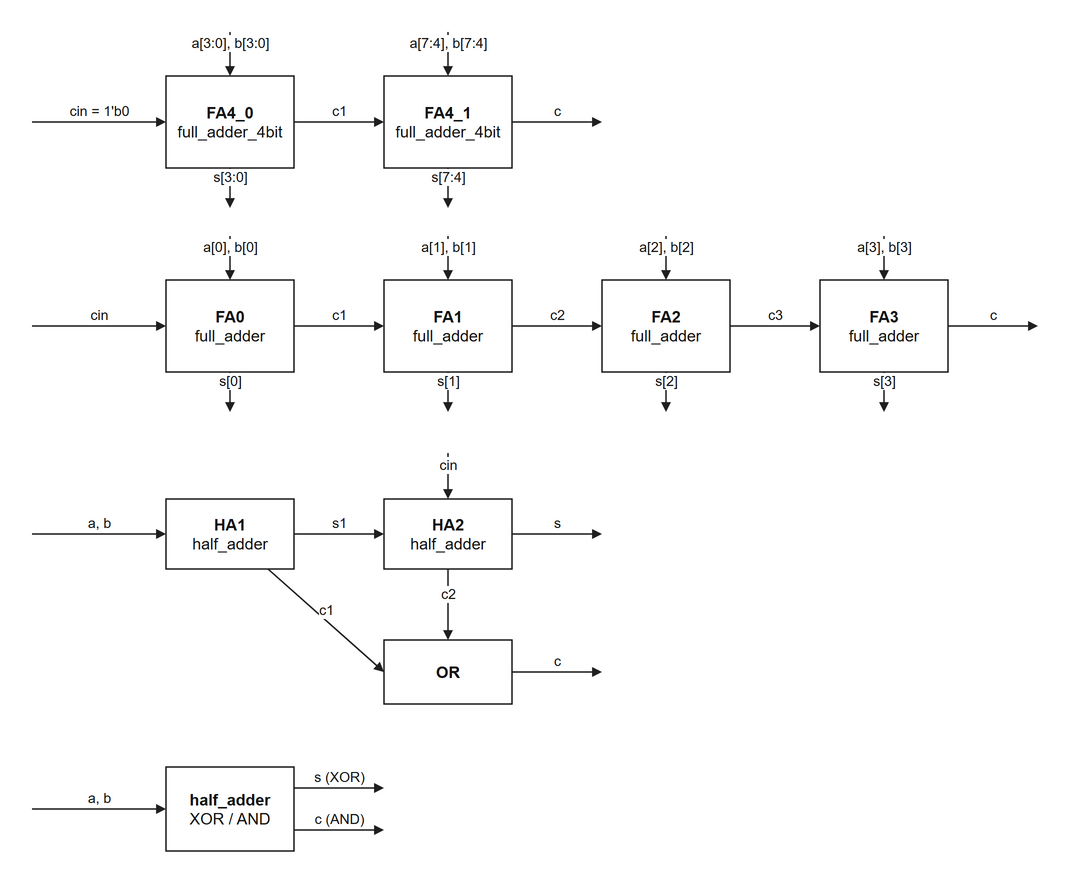
Earlier version of the draw.io export CH2_adder/ch2-adder.drawio.png (Park-Yul/Verilog-HDL-study). Source tidied: cells renumbered, new cells last; positions are measured from the earlier drawing's top-left corner, leaving out a move shared by most shapes.
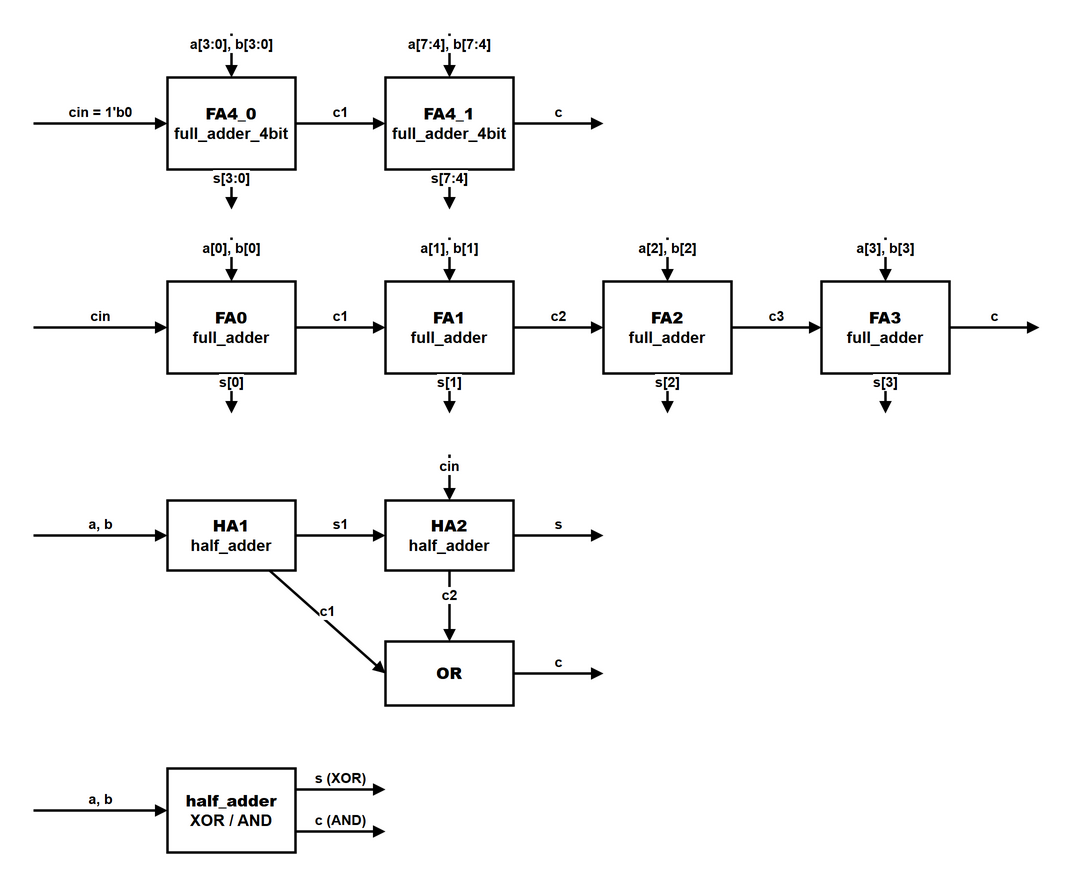
The same file after the commit.

Change to the diagram source:
```diff
@@ -4,6 +4,6 @@
     <mxCell id="1" parent="0" />
-    <mxCell id="2" value="&lt;b&gt;FA4_0&lt;/b&gt;&lt;br&gt;full_adder_4bit" style="rounded=0;whiteSpace=wrap;html=1;fillColor=#ffffff;strokeColor=#202020;fontColor=#141414;fontSize=16;strokeWidth=1.5;" parent="1" vertex="1">
+    <mxCell id="2" value="&lt;b&gt;FA4_0&lt;/b&gt;&lt;br&gt;full_adder_4bit" style="rounded=0;whiteSpace=wrap;html=1;fillColor=#ffffff;strokeColor=#000000;fontColor=#000000;fontSize=16;strokeWidth=2.5;fontStyle=1;" parent="1" vertex="1">
       <mxGeometry x="134" y="44" width="128" height="92" as="geometry" />
     </mxCell>
-    <mxCell id="3" value="a[3:0], b[3:0]" style="html=1;endArrow=block;endFill=1;strokeColor=#202020;fontColor=#141414;fontSize=14;labelBackgroundColor=#ffffff;strokeWidth=1.5;verticalAlign=bottom;" parent="1" edge="1">
+    <mxCell id="3" value="a[3:0], b[3:0]" style="html=1;endArrow=block;endFill=1;strokeColor=#000000;fontColor=#000000;fontSize=14;labelBackgroundColor=#ffffff;strokeWidth=2.5;verticalAlign=bottom;fontStyle=1;" parent="1" edge="1">
       <mxGeometry relative="1" as="geometry">
@@ -13,3 +13,3 @@
     </mxCell>
-    <mxCell id="4" value="s[3:0]" style="html=1;endArrow=block;endFill=1;strokeColor=#202020;fontColor=#141414;fontSize=14;labelBackgroundColor=#ffffff;strokeWidth=1.5;verticalAlign=bottom;" parent="1" edge="1">
+    <mxCell id="4" value="s[3:0]" style="html=1;endArrow=block;endFill=1;strokeColor=#000000;fontColor=#000000;fontSize=14;labelBackgroundColor=#ffffff;strokeWidth=2.5;verticalAlign=bottom;fontStyle=1;" parent="1" edge="1">
       <mxGeometry relative="1" as="geometry">
@@ -19,3 +19,3 @@
     </mxCell>
-    <mxCell id="5" value="c1" style="html=1;endArrow=block;endFill=1;strokeColor=#202020;fontColor=#141414;fontSize=14;labelBackgroundColor=#ffffff;strokeWidth=1.5;verticalAlign=bottom;" parent="1" edge="1">
+    <mxCell id="5" value="c1" style="html=1;endArrow=block;endFill=1;strokeColor=#000000;fontColor=#000000;fontSize=14;labelBackgroundColor=#ffffff;strokeWidth=2.5;verticalAlign=bottom;fontStyle=1;" parent="1" edge="1">
       <mxGeometry relative="1" as="geometry">
@@ -25,6 +25,6 @@
     </mxCell>
-    <mxCell id="6" value="&lt;b&gt;FA4_1&lt;/b&gt;&lt;br&gt;full_adder_4bit" style="rounded=0;whiteSpace=wrap;html=1;fillColor=#ffffff;strokeColor=#202020;fontColor=#141414;fontSize=16;strokeWidth=1.5;" parent="1" vertex="1">
+    <mxCell id="6" value="&lt;b&gt;FA4_1&lt;/b&gt;&lt;br&gt;full_adder_4bit" style="rounded=0;whiteSpace=wrap;html=1;fillColor=#ffffff;strokeColor=#000000;fontColor=#000000;fontSize=16;strokeWidth=2.5;fontStyle=1;" parent="1" vertex="1">
       <mxGeometry x="352" y="44" width="128" height="92" as="geometry" />
     </mxCell>
-    <mxCell id="7" value="a[7:4], b[7:4]" style="html=1;endArrow=block;endFill=1;strokeColor=#202020;fontColor=#141414;fontSize=14;labelBackgroundColor=#ffffff;strokeWidth=1.5;verticalAlign=bottom;" parent="1" edge="1">
+    <mxCell id="7" value="a[7:4], b[7:4]" style="html=1;endArrow=block;endFill=1;strokeColor=#000000;fontColor=#000000;fontSize=14;labelBackgroundColor=#ffffff;strokeWidth=2.5;verticalAlign=bottom;fontStyle=1;" parent="1" edge="1">
       <mxGeometry relative="1" as="geometry">
@@ -34,3 +34,3 @@
     </mxCell>
-    <mxCell id="8" value="s[7:4]" style="html=1;endArrow=block;endFill=1;strokeColor=#202020;fontColor=#141414;fontSize=14;labelBackgroundColor=#ffffff;strokeWidth=1.5;verticalAlign=bottom;" parent="1" edge="1">
+    <mxCell id="8" value="s[7:4]" style="html=1;endArrow=block;endFill=1;strokeColor=#000000;fontColor=#000000;fontSize=14;labelBackgroundColor=#ffffff;strokeWidth=2.5;verticalAlign=bottom;fontStyle=1;" parent="1" edge="1">
       <mxGeometry relative="1" as="geometry">
@@ -40,3 +40,3 @@
     </mxCell>
-    <mxCell id="9" value="cin = 1'b0" style="html=1;endArrow=block;endFill=1;strokeColor=#202020;fontColor=#141414;fontSize=14;labelBackgroundColor=#ffffff;strokeWidth=1.5;verticalAlign=bottom;" parent="1" edge="1">
+    <mxCell id="9" value="cin = 1'b0" style="html=1;endArrow=block;endFill=1;strokeColor=#000000;fontColor=#000000;fontSize=14;labelBackgroundColor=#ffffff;strokeWidth=2.5;verticalAlign=bottom;fontStyle=1;" parent="1" edge="1">
       <mxGeometry relative="1" as="geometry">
@@ -46,3 +46,3 @@
     </mxCell>
-    <mxCell id="10" value="c" style="html=1;endArrow=block;endFill=1;strokeColor=#202020;fontColor=#141414;fontSize=14;labelBackgroundColor=#ffffff;strokeWidth=1.5;verticalAlign=bottom;" parent="1" edge="1">
+    <mxCell id="10" value="c" style="html=1;endArrow=block;endFill=1;strokeColor=#000000;fontColor=#000000;fontSize=14;labelBackgroundColor=#ffffff;strokeWidth=2.5;verticalAlign=bottom;fontStyle=1;" parent="1" edge="1">
       <mxGeometry relative="1" as="geometry">
@@ -52,6 +52,6 @@
     </mxCell>
-    <mxCell id="11" value="&lt;b&gt;FA0&lt;/b&gt;&lt;br&gt;full_adder" style="rounded=0;whiteSpace=wrap;html=1;fillColor=#ffffff;strokeColor=#202020;fontColor=#141414;fontSize=16;strokeWidth=1.5;" parent="1" vertex="1">
+    <mxCell id="11" value="&lt;b&gt;FA0&lt;/b&gt;&lt;br&gt;full_adder" style="rounded=0;whiteSpace=wrap;html=1;fillColor=#ffffff;strokeColor=#000000;fontColor=#000000;fontSize=16;strokeWidth=2.5;fontStyle=1;" parent="1" vertex="1">
       <mxGeometry x="134" y="248" width="128" height="92" as="geometry" />
     </mxCell>
-    <mxCell id="12" value="a[0], b[0]" style="html=1;endArrow=block;endFill=1;strokeColor=#202020;fontColor=#141414;fontSize=14;labelBackgroundColor=#ffffff;strokeWidth=1.5;verticalAlign=bottom;" parent="1" edge="1">
+    <mxCell id="12" value="a[0], b[0]" style="html=1;endArrow=block;endFill=1;strokeColor=#000000;fontColor=#000000;fontSize=14;labelBackgroundColor=#ffffff;strokeWidth=2.5;verticalAlign=bottom;fontStyle=1;" parent="1" edge="1">
       <mxGeometry relative="1" as="geometry">
@@ -61,3 +61,3 @@
     </mxCell>
-    <mxCell id="13" value="s[0]" style="html=1;endArrow=block;endFill=1;strokeColor=#202020;fontColor=#141414;fontSize=14;labelBackgroundColor=#ffffff;strokeWidth=1.5;verticalAlign=bottom;" parent="1" edge="1">
+    <mxCell id="13" value="s[0]" style="html=1;endArrow=block;endFill=1;strokeColor=#000000;fontColor=#000000;fontSize=14;labelBackgroundColor=#ffffff;strokeWidth=2.5;verticalAlign=bottom;fontStyle=1;" parent="1" edge="1">
       <mxGeometry relative="1" as="geometry">
@@ -67,3 +67,3 @@
     </mxCell>
-    <mxCell id="14" value="c1" style="html=1;endArrow=block;endFill=1;strokeColor=#202020;fontColor=#141414;fontSize=14;labelBackgroundColor=#ffffff;strokeWidth=1.5;verticalAlign=bottom;" parent="1" edge="1">
+    <mxCell id="14" value="c1" style="html=1;endArrow=block;endFill=1;strokeColor=#000000;fontColor=#000000;fontSize=14;labelBackgroundColor=#ffffff;strokeWidth=2.5;verticalAlign=bottom;fontStyle=1;" parent="1" edge="1">
       <mxGeometry relative="1" as="geometry">
@@ -73,6 +73,6 @@
     </mxCell>
-    <mxCell id="15" value="&lt;b&gt;FA1&lt;/b&gt;&lt;br&gt;full_adder" style="rounded=0;whiteSpace=wrap;html=1;fillColor=#ffffff;strokeColor=#202020;fontColor=#141414;fontSize=16;strokeWidth=1.5;" parent="1" vertex="1">
+    <mxCell id="15" value="&lt;b&gt;FA1&lt;/b&gt;&lt;br&gt;full_adder" style="rounded=0;whiteSpace=wrap;html=1;fillColor=#ffffff;strokeColor=#000000;fontColor=#000000;fontSize=16;strokeWidth=2.5;fontStyle=1;" parent="1" vertex="1">
       <mxGeometry x="352" y="248" width="128" height="92" as="geometry" />
     </mxCell>
-    <mxCell id="16" value="a[1], b[1]" style="html=1;endArrow=block;endFill=1;strokeColor=#202020;fontColor=#141414;fontSize=14;labelBackgroundColor=#ffffff;strokeWidth=1.5;verticalAlign=bottom;" parent="1" edge="1">
+    <mxCell id="16" value="a[1], b[1]" style="html=1;endArrow=block;endFill=1;strokeColor=#000000;fontColor=#000000;fontSize=14;labelBackgroundColor=#ffffff;strokeWidth=2.5;verticalAlign=bottom;fontStyle=1;" parent="1" edge="1">
       <mxGeometry relative="1" as="geometry">
@@ -82,3 +82,3 @@
     </mxCell>
-    <mxCell id="17" value="s[1]" style="html=1;endArrow=block;endFill=1;strokeColor=#202020;fontColor=#141414;fontSize=14;labelBackgroundColor=#ffffff;strokeWidth=1.5;verticalAlign=bottom;" parent="1" edge="1">
+    <mxCell id="17" value="s[1]" style="html=1;endArrow=block;endFill=1;strokeColor=#000000;fontColor=#000000;fontSize=14;labelBackgroundColor=#ffffff;strokeWidth=2.5;verticalAlign=bottom;fontStyle=1;" parent="1" edge="1">
       <mxGeometry relative="1" as="geometry">
@@ -88,3 +88,3 @@
     </mxCell>
-    <mxCell id="18" value="c2" style="html=1;endArrow=block;endFill=1;strokeColor=#202020;fontColor=#141414;fontSize=14;labelBackgroundColor=#ffffff;strokeWidth=1.5;verticalAlign=bottom;" parent="1" edge="1">
+    <mxCell id="18" value="c2" style="html=1;endArrow=block;endFill=1;strokeColor=#000000;fontColor=#000000;fontSize=14;labelBackgroundColor=#ffffff;strokeWidth=2.5;verticalAlign=bottom;fontStyle=1;" parent="1" edge="1">
       <mxGeometry relative="1" as="geometry">
@@ -94,6 +94,6 @@
     </mxCell>
-    <mxCell id="19" value="&lt;b&gt;FA2&lt;/b&gt;&lt;br&gt;full_adder" style="rounded=0;whiteSpace=wrap;html=1;fillColor=#ffffff;strokeColor=#202020;fontColor=#141414;fontSize=16;strokeWidth=1.5;" parent="1" vertex="1">
+    <mxCell id="19" value="&lt;b&gt;FA2&lt;/b&gt;&lt;br&gt;full_adder" style="rounded=0;whiteSpace=wrap;html=1;fillColor=#ffffff;strokeColor=#000000;fontColor=#000000;fontSize=16;strokeWidth=2.5;fontStyle=1;" parent="1" vertex="1">
       <mxGeometry x="570" y="248" width="128" height="92" as="geometry" />
     </mxCell>
-    <mxCell id="20" value="a[2], b[2]" style="html=1;endArrow=block;endFill=1;strokeColor=#202020;fontColor=#141414;fontSize=14;labelBackgroundColor=#ffffff;strokeWidth=1.5;verticalAlign=bottom;" parent="1" edge="1">
+    <mxCell id="20" value="a[2], b[2]" style="html=1;endArrow=block;endFill=1;strokeColor=#000000;fontColor=#000000;fontSize=14;labelBackgroundColor=#ffffff;strokeWidth=2.5;verticalAlign=bottom;fontStyle=1;" parent="1" edge="1">
       <mxGeometry relative="1" as="geometry">
@@ -103,3 +103,3 @@
     </mxCell>
-    <mxCell id="21" value="s[2]" style="html=1;endArrow=block;endFill=1;strokeColor=#202020;fontColor=#141414;fontSize=14;labelBackgroundColor=#ffffff;strokeWidth=1.5;verticalAlign=bottom;" parent="1" edge="1">
+    <mxCell id="21" value="s[2]" style="html=1;endArrow=block;endFill=1;strokeColor=#000000;fontColor=#000000;fontSize=14;labelBackgroundColor=#ffffff;strokeWidth=2.5;verticalAlign=bottom;fontStyle=1;" parent="1" edge="1">
       <mxGeometry relative="1" as="geometry">
@@ -109,3 +109,3 @@
     </mxCell>
-    <mxCell id="22" value="c3" style="html=1;endArrow=block;endFill=1;strokeColor=#202020;fontColor=#141414;fontSize=14;labelBackgroundColor=#ffffff;strokeWidth=1.5;verticalAlign=bottom;" parent="1" edge="1">
+    <mxCell id="22" value="c3" style="html=1;endArrow=block;endFill=1;strokeColor=#000000;fontColor=#000000;fontSize=14;labelBackgroundColor=#ffffff;strokeWidth=2.5;verticalAlign=bottom;fontStyle=1;" parent="1" edge="1">
       <mxGeometry relative="1" as="geometry">
@@ -115,6 +115,6 @@
     </mxCell>
-    <mxCell id="23" value="&lt;b&gt;FA3&lt;/b&gt;&lt;br&gt;full_adder" style="rounded=0;whiteSpace=wrap;html=1;fillColor=#ffffff;strokeColor=#202020;fontColor=#141414;fontSize=16;strokeWidth=1.5;" parent="1" vertex="1">
+    <mxCell id="23" value="&lt;b&gt;FA3&lt;/b&gt;&lt;br&gt;full_adder" style="rounded=0;whiteSpace=wrap;html=1;fillColor=#ffffff;strokeColor=#000000;fontColor=#000000;fontSize=16;strokeWidth=2.5;fontStyle=1;" parent="1" vertex="1">
       <mxGeometry x="788" y="248" width="128" height="92" as="geometry" />
     </mxCell>
-    <mxCell id="24" value="a[3], b[3]" style="html=1;endArrow=block;endFill=1;strokeColor=#202020;fontColor=#141414;fontSize=14;labelBackgroundColor=#ffffff;strokeWidth=1.5;verticalAlign=bottom;" parent="1" edge="1">
+    <mxCell id="24" value="a[3], b[3]" style="html=1;endArrow=block;endFill=1;strokeColor=#000000;fontColor=#000000;fontSize=14;labelBackgroundColor=#ffffff;strokeWidth=2.5;verticalAlign=bottom;fontStyle=1;" parent="1" edge="1">
       <mxGeometry relative="1" as="geometry">
@@ -124,3 +124,3 @@
     </mxCell>
-    <mxCell id="25" value="s[3]" style="html=1;endArrow=block;endFill=1;strokeColor=#202020;fontColor=#141414;fontSize=14;labelBackgroundColor=#ffffff;strokeWidth=1.5;verticalAlign=bottom;" parent="1" edge="1">
+    <mxCell id="25" value="s[3]" style="html=1;endArrow=block;endFill=1;strokeColor=#000000;fontColor=#000000;fontSize=14;labelBackgroundColor=#ffffff;strokeWidth=2.5;verticalAlign=bottom;fontStyle=1;" parent="1" edge="1">
       <mxGeometry relative="1" as="geometry">
@@ -130,3 +130,3 @@
     </mxCell>
-    <mxCell id="26" value="cin" style="html=1;endArrow=block;endFill=1;strokeColor=#202020;fontColor=#141414;fontSize=14;labelBackgroundColor=#ffffff;strokeWidth=1.5;verticalAlign=bottom;" parent="1" edge="1">
+    <mxCell id="26" value="cin" style="html=1;endArrow=block;endFill=1;strokeColor=#000000;fontColor=#000000;fontSize=14;labelBackgroundColor=#ffffff;strokeWidth=2.5;verticalAlign=bottom;fontStyle=1;" parent="1" edge="1">
       <mxGeometry relative="1" as="geometry">
@@ -136,3 +136,3 @@
     </mxCell>
-    <mxCell id="27" value="c" style="html=1;endArrow=block;endFill=1;strokeColor=#202020;fontColor=#141414;fontSize=14;labelBackgroundColor=#ffffff;strokeWidth=1.5;verticalAlign=bottom;" parent="1" edge="1">
+    <mxCell id="27" value="c" style="html=1;endArrow=block;endFill=1;strokeColor=#000000;fontColor=#000000;fontSize=14;labelBackgroundColor=#ffffff;strokeWidth=2.5;verticalAlign=bottom;fontStyle=1;" parent="1" edge="1">
       <mxGeometry relative="1" as="geometry">
@@ -142,12 +142,12 @@
     </mxCell>
-    <mxCell id="28" value="&lt;b&gt;HA1&lt;/b&gt;&lt;br&gt;half_adder" style="rounded=0;whiteSpace=wrap;html=1;fillColor=#ffffff;strokeColor=#202020;fontColor=#141414;fontSize=16;strokeWidth=1.5;" parent="1" vertex="1">
+    <mxCell id="28" value="&lt;b&gt;HA1&lt;/b&gt;&lt;br&gt;half_adder" style="rounded=0;whiteSpace=wrap;html=1;fillColor=#ffffff;strokeColor=#000000;fontColor=#000000;fontSize=16;strokeWidth=2.5;fontStyle=1;" parent="1" vertex="1">
       <mxGeometry x="134" y="467" width="128" height="70" as="geometry" />
     </mxCell>
-    <mxCell id="29" value="&lt;b&gt;HA2&lt;/b&gt;&lt;br&gt;half_adder" style="rounded=0;whiteSpace=wrap;html=1;fillColor=#ffffff;strokeColor=#202020;fontColor=#141414;fontSize=16;strokeWidth=1.5;" parent="1" vertex="1">
+    <mxCell id="29" value="&lt;b&gt;HA2&lt;/b&gt;&lt;br&gt;half_adder" style="rounded=0;whiteSpace=wrap;html=1;fillColor=#ffffff;strokeColor=#000000;fontColor=#000000;fontSize=16;strokeWidth=2.5;fontStyle=1;" parent="1" vertex="1">
       <mxGeometry x="352" y="467" width="128" height="70" as="geometry" />
     </mxCell>
-    <mxCell id="30" value="&lt;b&gt;OR&lt;/b&gt;" style="rounded=0;whiteSpace=wrap;html=1;fillColor=#ffffff;strokeColor=#202020;fontColor=#141414;fontSize=16;strokeWidth=1.5;" parent="1" vertex="1">
+    <mxCell id="30" value="&lt;b&gt;OR&lt;/b&gt;" style="rounded=0;whiteSpace=wrap;html=1;fillColor=#ffffff;strokeColor=#000000;fontColor=#000000;fontSize=16;strokeWidth=2.5;fontStyle=1;" parent="1" vertex="1">
       <mxGeometry x="352" y="608" width="128" height="64" as="geometry" />
     </mxCell>
-    <mxCell id="31" value="a, b" style="html=1;endArrow=block;endFill=1;strokeColor=#202020;fontColor=#141414;fontSize=14;labelBackgroundColor=#ffffff;strokeWidth=1.5;verticalAlign=bottom;" parent="1" edge="1">
+    <mxCell id="31" value="a, b" style="html=1;endArrow=block;endFill=1;strokeColor=#000000;fontColor=#000000;fontSize=14;labelBackgroundColor=#ffffff;strokeWidth=2.5;verticalAlign=bottom;fontStyle=1;" parent="1" edge="1">
       <mxGeometry relative="1" as="geometry">
@@ -157,3 +157,3 @@
     </mxCell>
-    <mxCell id="32" value="s1" style="html=1;endArrow=block;endFill=1;strokeColor=#202020;fontColor=#141414;fontSize=14;labelBackgroundColor=#ffffff;strokeWidth=1.5;verticalAlign=bottom;" parent="1" edge="1">
+    <mxCell id="32" value="s1" style="html=1;endArrow=block;endFill=1;strokeColor=#000000;fontColor=#000000;fontSize=14;labelBackgroundColor=#ffffff;strokeWidth=2.5;verticalAlign=bottom;fontStyle=1;" parent="1" edge="1">
       <mxGeometry relative="1" as="geometry">
@@ -163,3 +163,3 @@
     </mxCell>
-    <mxCell id="33" value="cin" style="html=1;endArrow=block;endFill=1;strokeColor=#202020;fontColor=#141414;fontSize=14;labelBackgroundColor=#ffffff;strokeWidth=1.5;verticalAlign=bottom;" parent="1" edge="1">
+    <mxCell id="33" value="cin" style="html=1;endArrow=block;endFill=1;strokeColor=#000000;fontColor=#000000;fontSize=14;labelBackgroundColor=#ffffff;strokeWidth=2.5;verticalAlign=bottom;fontStyle=1;" parent="1" edge="1">
       <mxGeometry relative="1" as="geometry">
@@ -169,3 +169,3 @@
     </mxCell>
-    <mxCell id="34" value="s" style="html=1;endArrow=block;endFill=1;strokeColor=#202020;fontColor=#141414;fontSize=14;labelBackgroundColor=#ffffff;strokeWidth=1.5;verticalAlign=bottom;" parent="1" edge="1">
+    <mxCell id="34" value="s" style="html=1;endArrow=block;endFill=1;strokeColor=#000000;fontColor=#000000;fontSize=14;labelBackgroundColor=#ffffff;strokeWidth=2.5;verticalAlign=bottom;fontStyle=1;" parent="1" edge="1">
       <mxGeometry relative="1" as="geometry">
@@ -175,3 +175,3 @@
     </mxCell>
-    <mxCell id="35" value="c1" style="html=1;endArrow=block;endFill=1;strokeColor=#202020;fontColor=#141414;fontSize=14;labelBackgroundColor=#ffffff;strokeWidth=1.5;verticalAlign=bottom;" parent="1" edge="1">
+    <mxCell id="35" value="c1" style="html=1;endArrow=block;endFill=1;strokeColor=#000000;fontColor=#000000;fontSize=14;labelBackgroundColor=#ffffff;strokeWidth=2.5;verticalAlign=bottom;fontStyle=1;" parent="1" edge="1">
       <mxGeometry relative="1" as="geometry">
@@ -181,3 +181,3 @@
     </mxCell>
-    <mxCell id="36" value="c2" style="html=1;endArrow=block;endFill=1;strokeColor=#202020;fontColor=#141414;fontSize=14;labelBackgroundColor=#ffffff;strokeWidth=1.5;verticalAlign=bottom;" parent="1" edge="1">
+    <mxCell id="36" value="c2" style="html=1;endArrow=block;endFill=1;strokeColor=#000000;fontColor=#000000;fontSize=14;labelBackgroundColor=#ffffff;strokeWidth=2.5;verticalAlign=bottom;fontStyle=1;" parent="1" edge="1">
       <mxGeometry relative="1" as="geometry">
@@ -187,3 +187,3 @@
     </mxCell>
-    <mxCell id="37" value="c" style="html=1;endArrow=block;endFill=1;strokeColor=#202020;fontColor=#141414;fontSize=14;labelBackgroundColor=#ffffff;strokeWidth=1.5;verticalAlign=bottom;" parent="1" edge="1">
+    <mxCell id="37" value="c" style="html=1;endArrow=block;endFill=1;strokeColor=#000000;fontColor=#000000;fontSize=14;labelBackgroundColor=#ffffff;strokeWidth=2.5;verticalAlign=bottom;fontStyle=1;" parent="1" edge="1">
       <mxGeometry relative="1" as="geometry">
@@ -193,6 +193,6 @@
     </mxCell>
-    <mxCell id="38" value="&lt;b&gt;half_adder&lt;/b&gt;&lt;br&gt;XOR / AND" style="rounded=0;whiteSpace=wrap;html=1;fillColor=#ffffff;strokeColor=#202020;fontColor=#141414;fontSize=16;strokeWidth=1.5;" parent="1" vertex="1">
+    <mxCell id="38" value="&lt;b&gt;half_adder&lt;/b&gt;&lt;br&gt;XOR / AND" style="rounded=0;whiteSpace=wrap;html=1;fillColor=#ffffff;strokeColor=#000000;fontColor=#000000;fontSize=16;strokeWidth=2.5;fontStyle=1;" parent="1" vertex="1">
       <mxGeometry x="134" y="735" width="128" height="84" as="geometry" />
     </mxCell>
-    <mxCell id="39" value="a, b" style="html=1;endArrow=block;endFill=1;strokeColor=#202020;fontColor=#141414;fontSize=14;labelBackgroundColor=#ffffff;strokeWidth=1.5;verticalAlign=bottom;" parent="1" edge="1">
+    <mxCell id="39" value="a, b" style="html=1;endArrow=block;endFill=1;strokeColor=#000000;fontColor=#000000;fontSize=14;labelBackgroundColor=#ffffff;strokeWidth=2.5;verticalAlign=bottom;fontStyle=1;" parent="1" edge="1">
       <mxGeometry relative="1" as="geometry">
@@ -202,3 +202,3 @@
     </mxCell>
-    <mxCell id="40" value="s (XOR)" style="html=1;endArrow=block;endFill=1;strokeColor=#202020;fontColor=#141414;fontSize=14;labelBackgroundColor=#ffffff;strokeWidth=1.5;verticalAlign=bottom;" parent="1" edge="1">
+    <mxCell id="40" value="s (XOR)" style="html=1;endArrow=block;endFill=1;strokeColor=#000000;fontColor=#000000;fontSize=14;labelBackgroundColor=#ffffff;strokeWidth=2.5;verticalAlign=bottom;fontStyle=1;" parent="1" edge="1">
       <mxGeometry relative="1" as="geometry">
@@ -208,3 +208,3 @@
     </mxCell>
-    <mxCell id="41" value="c (AND)" style="html=1;endArrow=block;endFill=1;strokeColor=#202020;fontColor=#141414;fontSize=14;labelBackgroundColor=#ffffff;strokeWidth=1.5;verticalAlign=bottom;" parent="1" edge="1">
+    <mxCell id="41" value="c (AND)" style="html=1;endArrow=block;endFill=1;strokeColor=#000000;fontColor=#000000;fontSize=14;labelBackgroundColor=#ffffff;strokeWidth=2.5;verticalAlign=bottom;fontStyle=1;" parent="1" edge="1">
       <mxGeometry relative="1" as="geometry">
```
